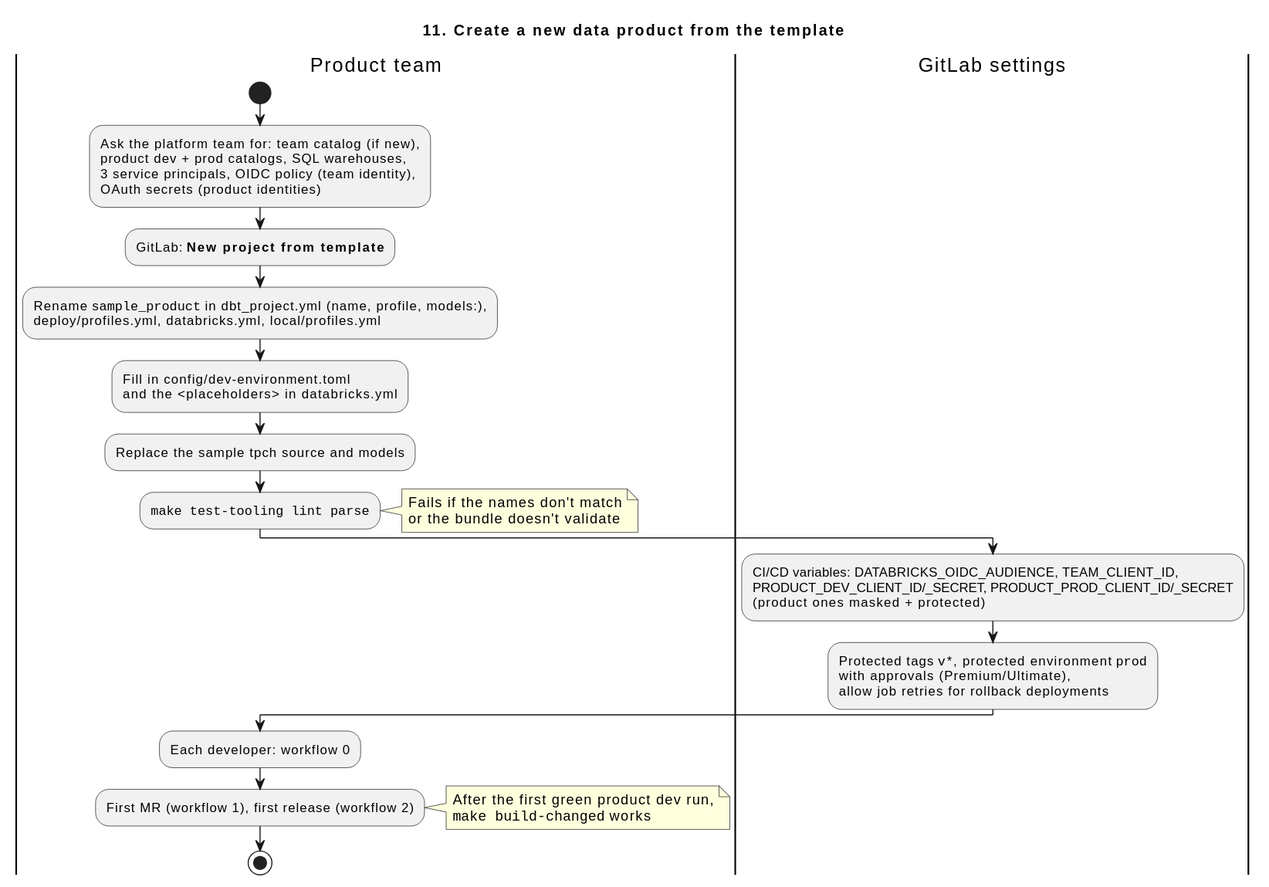
The PlantUML diagram docs/diagrams/workflow-11-new-product.svg in PeterHenell/dbt-databricks-template, before a commit.
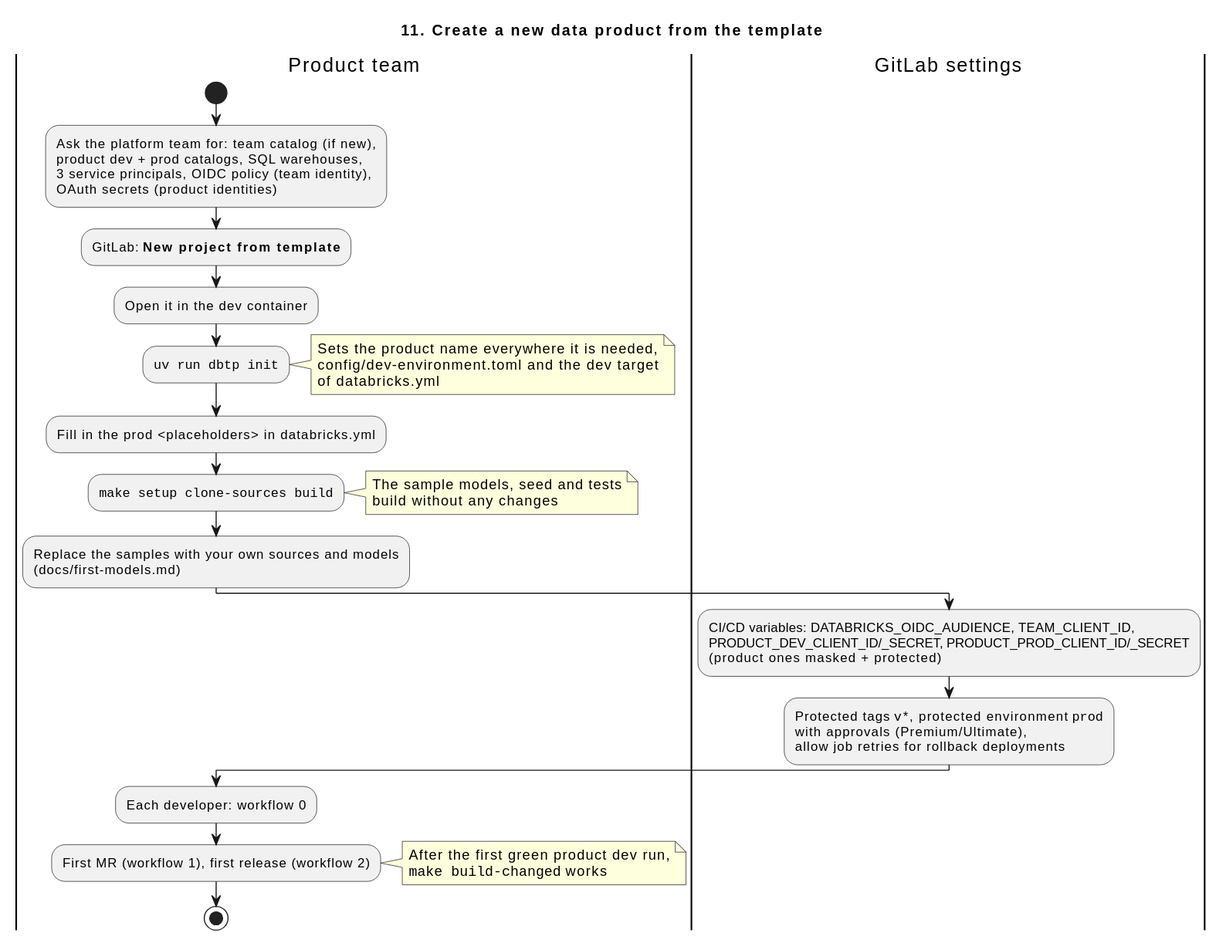
The same file after the commit.

The edit, as a diff of the source:
```diff
@@ -8,16 +8,21 @@
 3 service principals, OIDC policy (team identity),
 OAuth secrets (product identities);
 :GitLab: **New project from template**;
-:Rename ""sample_product"" in dbt_project.yml (name, profile, models:),
-deploy/profiles.yml, databricks.yml, local/profiles.yml;
-:Fill in config/dev-environment.toml
-and the <placeholders> in databricks.yml;
-:Replace the sample tpch source and models;
-:""make test-tooling lint parse"";
+:Open it in the dev container;
+:""uv run dbtp init"";
 note right
-  Fails if the names don't match
-  or the bundle doesn't validate
+  Sets the product name everywhere it is needed,
+  config/dev-environment.toml and the dev target
+  of databricks.yml
 end note
+:Fill in the prod <placeholders> in databricks.yml;
+:""make setup clone-sources build"";
+note right
+  The sample models, seed and tests
+  build without any changes
+end note
+:Replace the samples with your own sources and models
+(docs/first-models.md);
 |GitLab settings|
 :CI/CD variables: DATABRICKS_OIDC_AUDIENCE, TEAM_CLIENT_ID,
 PRODUCT_DEV_CLIENT_ID/_SECRET, PRODUCT_PROD_CLIENT_ID/_SECRET
```
